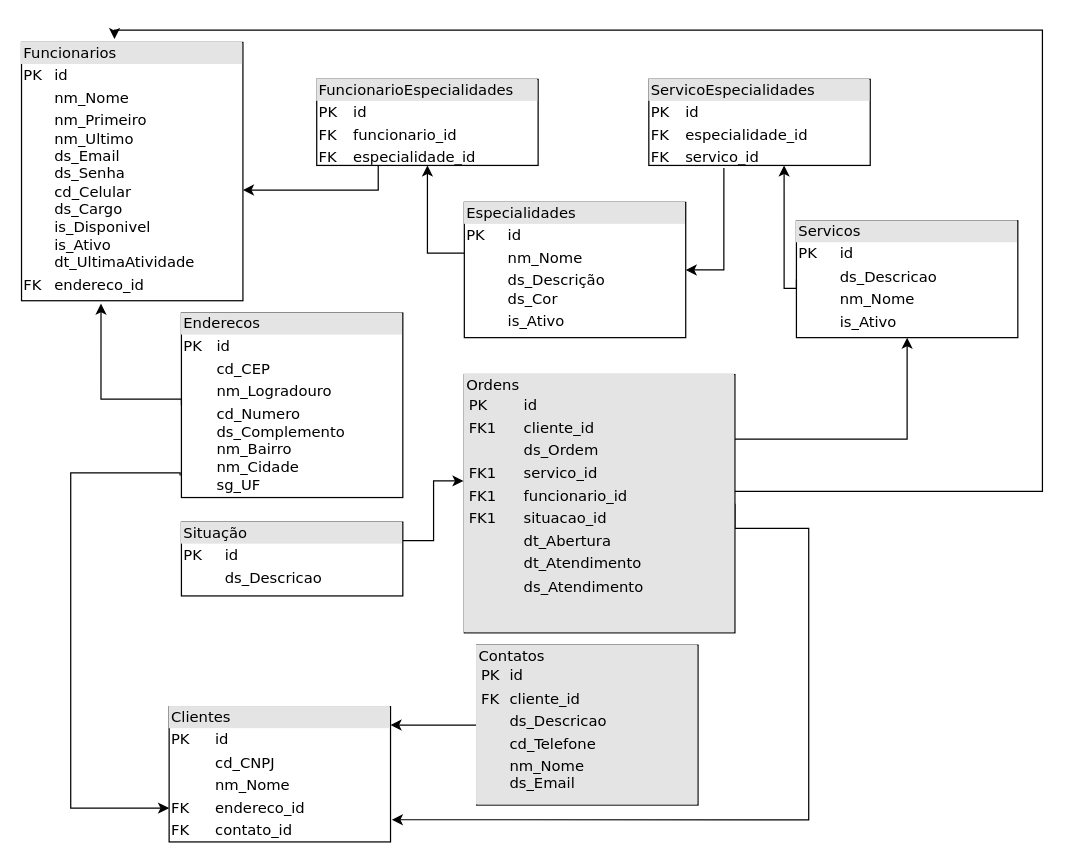
Before: banco de dados.drawio in S-I-G-O-S/planejamento, a draw.io diagram. Source tidied: cells renumbered, new cells numbered last; positions are measured from the earlier drawing's top-left corner, leaving out a move shared by most shapes. Both pictures are drawn from the tidied source at 123%, with x=0, y=0 at pixel (21, 30).
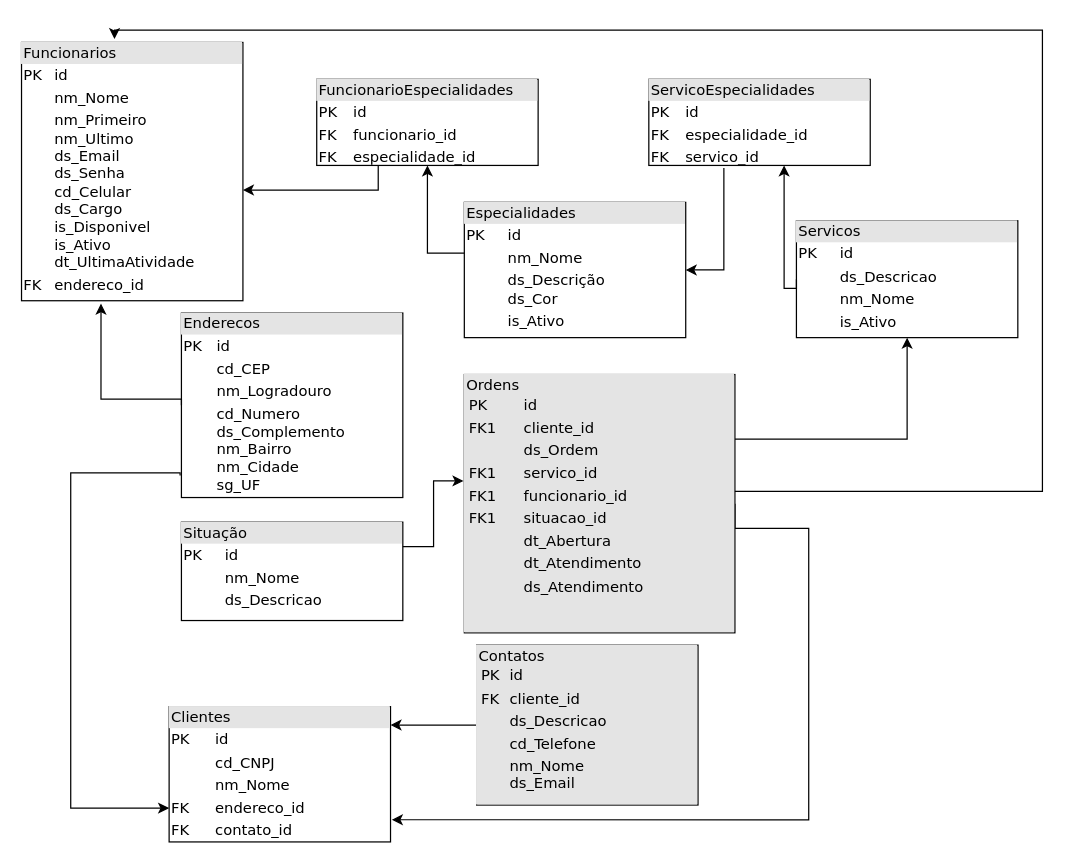
The same diagram, later.

Diff of the diagram source:
```diff
@@
-    <mxCell id="8" value="&lt;div style=&quot;box-sizing:border-box;width:100%;background:#e4e4e4;padding:2px;&quot;&gt;Situação&lt;/div&gt;&lt;table style=&quot;width:100%;font-size:1em;&quot; cellpadding=&quot;2&quot; cellspacing=&quot;0&quot;&gt;&lt;tbody&gt;&lt;tr&gt;&lt;td&gt;PK&lt;/td&gt;&lt;td&gt;id&lt;/td&gt;&lt;/tr&gt;&lt;tr&gt;&lt;td&gt;&lt;br&gt;&lt;/td&gt;&lt;td&gt;ds_Descricao&lt;/td&gt;&lt;/tr&gt;&lt;tr&gt;&lt;td&gt;&lt;/td&gt;&lt;td&gt;&lt;br&gt;&lt;/td&gt;&lt;/tr&gt;&lt;/tbody&gt;&lt;/table&gt;" style="verticalAlign=top;align=left;overflow=fill;html=1;rounded=0;shadow=0;comic=0;labelBackgroundColor=none;strokeWidth=1;fontFamily=Verdana;fontSize=12;" parent="1" vertex="1">
-      <mxGeometry x="130" y="400" width="180" height="60" as="geometry" />
+    <mxCell id="8" value="&lt;div style=&quot;box-sizing:border-box;width:100%;background:#e4e4e4;padding:2px;&quot;&gt;Situação&lt;/div&gt;&lt;table style=&quot;width:100%;font-size:1em;&quot; cellpadding=&quot;2&quot; cellspacing=&quot;0&quot;&gt;&lt;tbody&gt;&lt;tr&gt;&lt;td&gt;PK&lt;/td&gt;&lt;td&gt;id&lt;/td&gt;&lt;/tr&gt;&lt;tr&gt;&lt;td&gt;&lt;br&gt;&lt;/td&gt;&lt;td&gt;nm_Nome&lt;/td&gt;&lt;/tr&gt;&lt;tr&gt;&lt;td&gt;&lt;/td&gt;&lt;td&gt;ds_Descricao&lt;/td&gt;&lt;/tr&gt;&lt;/tbody&gt;&lt;/table&gt;" style="verticalAlign=top;align=left;overflow=fill;html=1;rounded=0;shadow=0;comic=0;labelBackgroundColor=none;strokeWidth=1;fontFamily=Verdana;fontSize=12;" parent="1" vertex="1">
+      <mxGeometry x="130" y="400" width="180" height="80" as="geometry" />
     </mxCell>
```
